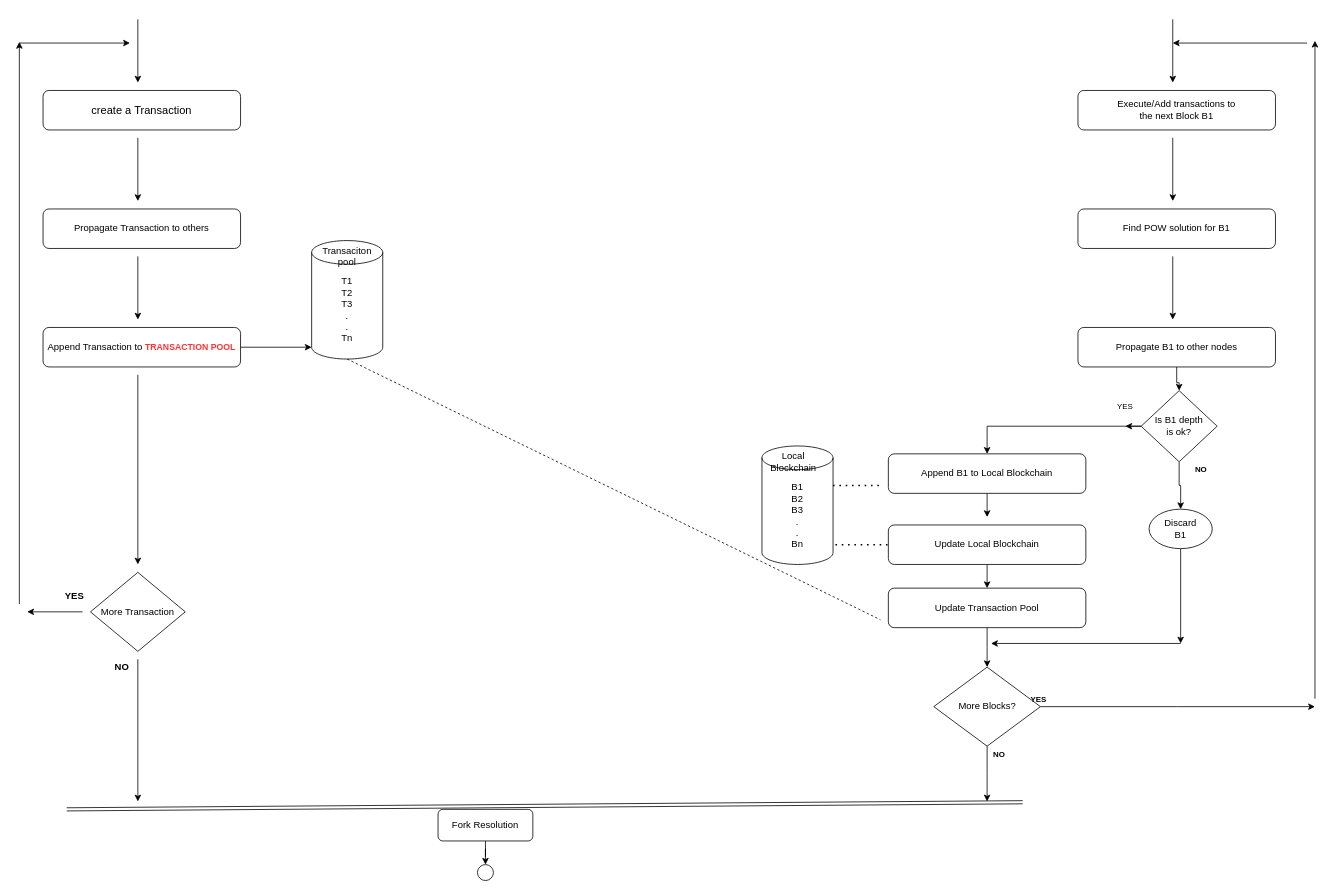
Above: Untitled Diagram.drawio in mohsenkhashei/blockchain (draw.io), before the change. Source tidied: cells renumbered, new cells numbered last; positions are measured from the earlier drawing's top-left corner, leaving out a move shared by most shapes. Both pictures are drawn from the tidied source at 79%, with x=0, y=0 at pixel (19, 19).
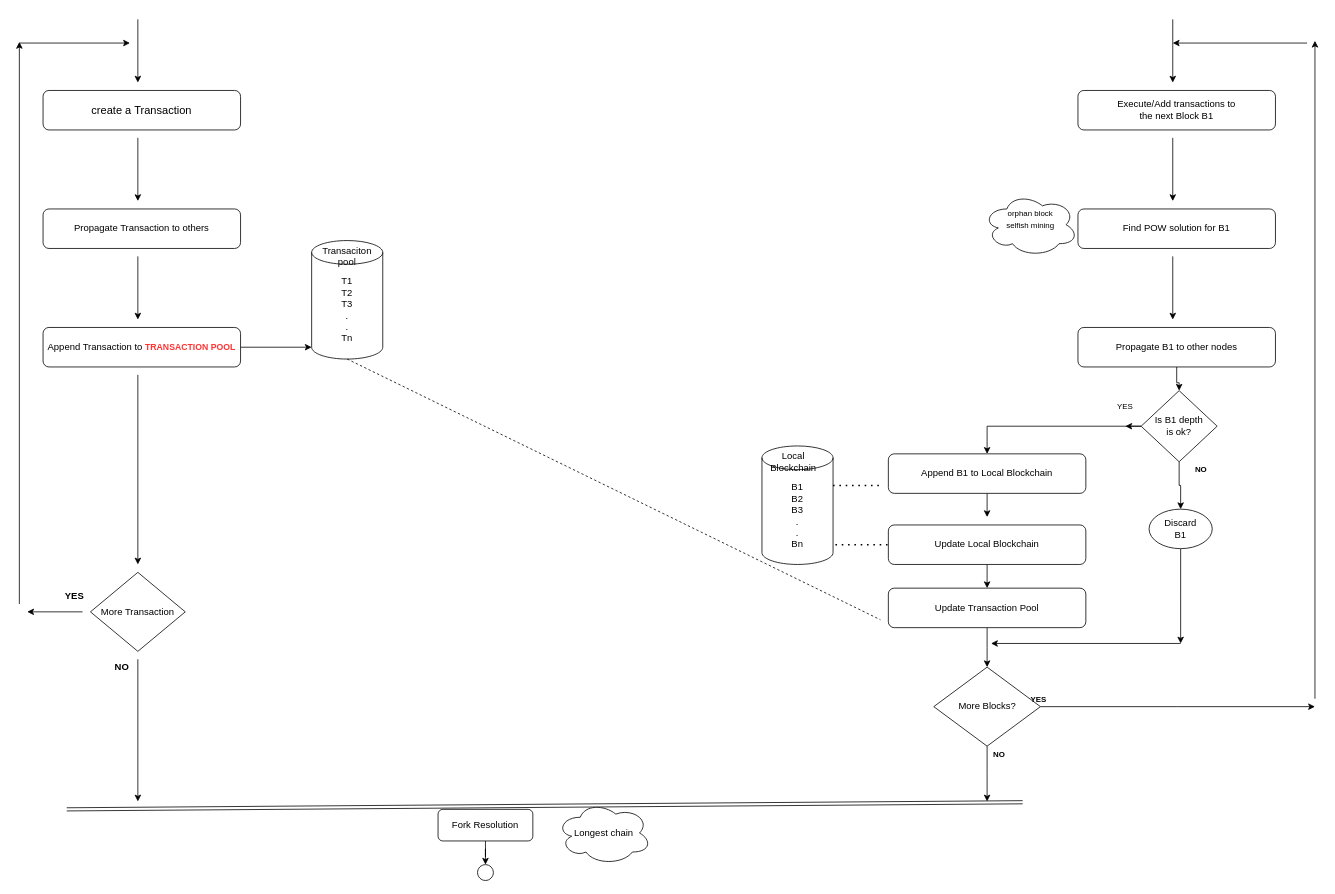
After the change.

Change to the diagram source:
```diff
@@
+    <mxCell id="59" value="Longest chain " style="ellipse;shape=cloud;whiteSpace=wrap;html=1;" parent="1" vertex="1">
+      <mxGeometry x="680" y="990" width="120" height="80" as="geometry" />
+    </mxCell>
+    <mxCell id="60" value="&lt;div&gt;&lt;font style=&quot;font-size: 10px&quot;&gt;orphan block&lt;/font&gt;&lt;/div&gt;&lt;div&gt;&lt;font style=&quot;font-size: 10px&quot;&gt;selfish mining&lt;/font&gt;&lt;/div&gt;&lt;div&gt;&lt;font style=&quot;font-size: 10px&quot;&gt;&lt;br&gt;&lt;/font&gt;&lt;/div&gt;" style="ellipse;shape=cloud;whiteSpace=wrap;html=1;" parent="1" vertex="1">
+      <mxGeometry x="1220" y="220" width="120" height="80" as="geometry" />
+    </mxCell>
```
